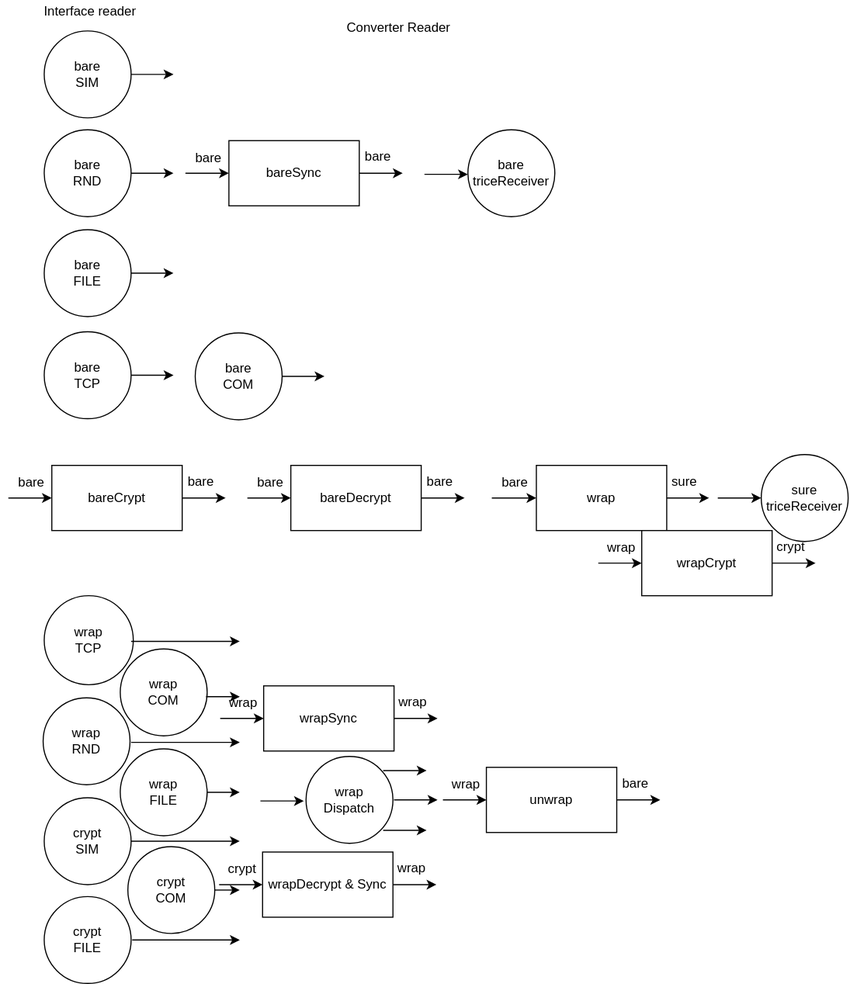
Earlier version of the draw.io export docs/README.media/ReadCloser.svg (rokath/trice). Source tidied: cells renumbered, new cells last; positions are measured from the earlier drawing's top-left corner, leaving out a move shared by most shapes.
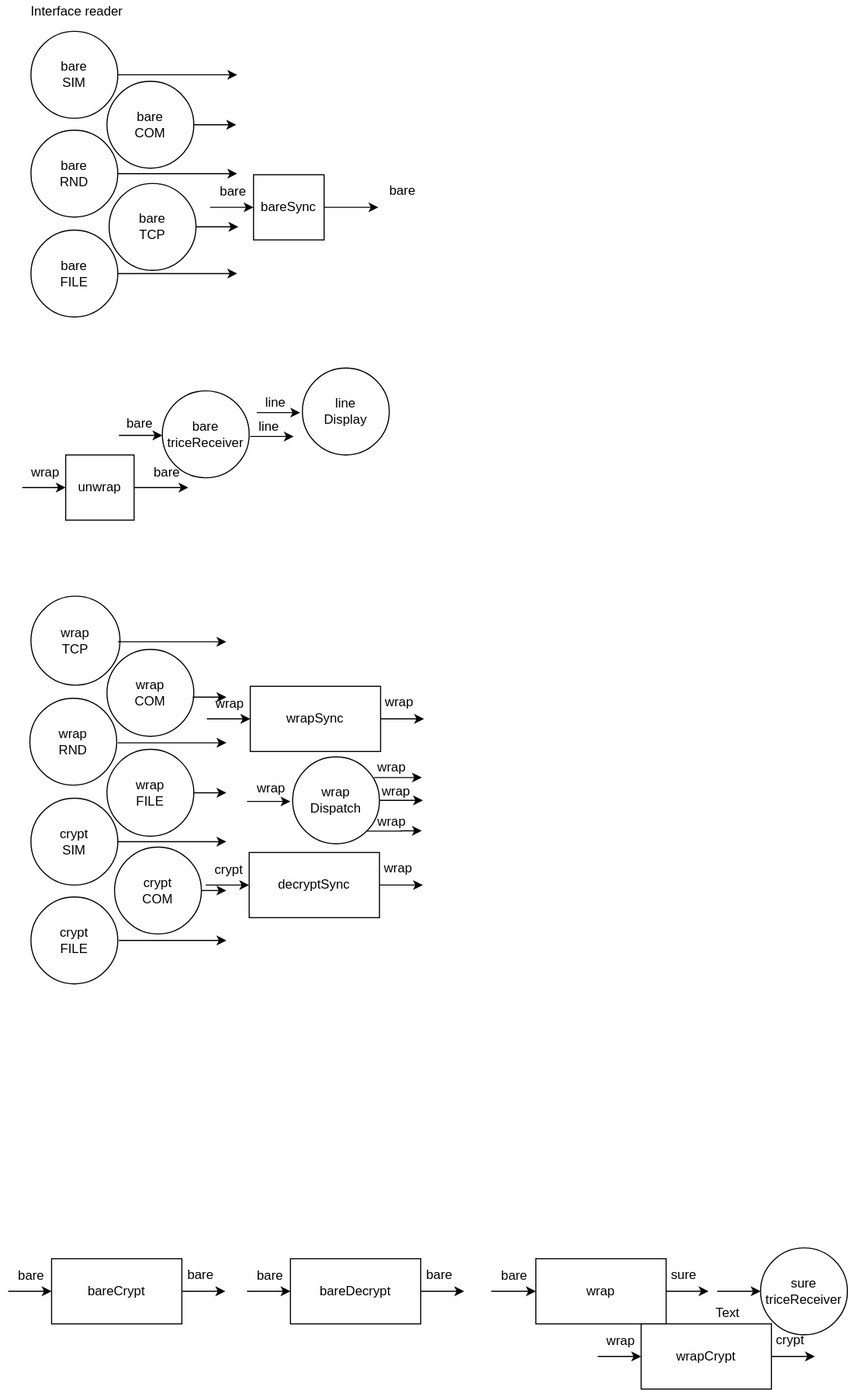
The same file after the commit.

What changed in the source:
```diff
@@ -14,3 +14,3 @@
     <mxCell id="5" value="bare&lt;br&gt;TCP" style="ellipse;whiteSpace=wrap;html=1;" parent="1" vertex="1">
-      <mxGeometry x="33" y="305" width="80" height="80" as="geometry" />
+      <mxGeometry x="105" y="168" width="80" height="80" as="geometry" />
     </mxCell>
@@ -21,3 +21,3 @@
       <mxGeometry relative="1" as="geometry">
-        <mxPoint x="363" y="159" as="targetPoint" />
+        <mxPoint x="353" y="190" as="targetPoint" />
       </mxGeometry>
@@ -25,9 +25,9 @@
     <mxCell id="8" value="bareSync" style="rounded=0;whiteSpace=wrap;html=1;" parent="1" vertex="1">
-      <mxGeometry x="203" y="129" width="120" height="60" as="geometry" />
+      <mxGeometry x="238" y="160" width="65" height="60" as="geometry" />
     </mxCell>
     <mxCell id="9" value="bare" style="text;html=1;align=center;verticalAlign=middle;" parent="1" vertex="1">
-      <mxGeometry x="320" y="134" width="40" height="20" as="geometry" />
+      <mxGeometry x="355" y="165" width="40" height="20" as="geometry" />
     </mxCell>
     <mxCell id="10" value="bare" style="text;html=1;align=center;verticalAlign=middle;" parent="1" vertex="1">
-      <mxGeometry x="164" y="135" width="40" height="20" as="geometry" />
+      <mxGeometry x="199" y="166" width="40" height="20" as="geometry" />
     </mxCell>
@@ -35,3 +35,3 @@
       <mxGeometry relative="1" as="geometry">
-        <mxPoint x="163" y="159" as="sourcePoint" />
+        <mxPoint x="198" y="190" as="sourcePoint" />
       </mxGeometry>
@@ -59,3 +59,3 @@
       <mxGeometry relative="1" as="geometry">
-        <mxPoint x="600" y="736" as="targetPoint" />
+        <mxPoint x="178" y="448" as="targetPoint" />
       </mxGeometry>
@@ -63,9 +63,9 @@
     <mxCell id="18" value="unwrap" style="rounded=0;whiteSpace=wrap;html=1;" parent="1" vertex="1">
-      <mxGeometry x="440" y="706" width="120" height="60" as="geometry" />
+      <mxGeometry x="65" y="418" width="63" height="60" as="geometry" />
     </mxCell>
     <mxCell id="19" value="bare" style="text;html=1;align=center;verticalAlign=middle;" parent="1" vertex="1">
-      <mxGeometry x="557" y="711" width="40" height="20" as="geometry" />
+      <mxGeometry x="138" y="424" width="40" height="20" as="geometry" />
     </mxCell>
     <mxCell id="20" value="wrap" style="text;html=1;align=center;verticalAlign=middle;" parent="1" vertex="1">
-      <mxGeometry x="401" y="712" width="40" height="20" as="geometry" />
+      <mxGeometry x="26" y="424" width="40" height="20" as="geometry" />
     </mxCell>
@@ -73,62 +73,5 @@
       <mxGeometry relative="1" as="geometry">
-        <mxPoint x="400" y="736" as="sourcePoint" />
+        <mxPoint x="25" y="448" as="sourcePoint" />
       </mxGeometry>
     </mxCell>
-    <mxCell id="22" style="edgeStyle=orthogonalEdgeStyle;rounded=0;jettySize=auto;html=1;exitX=1;exitY=0.5;exitDx=0;exitDy=0;" parent="1" edge="1" source="23">
-      <mxGeometry relative="1" as="geometry">
-        <mxPoint x="645" y="458" as="targetPoint" />
-      </mxGeometry>
-    </mxCell>
-    <mxCell id="23" value="wrap" style="rounded=0;whiteSpace=wrap;html=1;" parent="1" vertex="1">
-      <mxGeometry x="486" y="428" width="120" height="60" as="geometry" />
-    </mxCell>
-    <mxCell id="24" value="sure" style="text;html=1;align=center;verticalAlign=middle;" parent="1" vertex="1">
-      <mxGeometry x="602" y="433" width="40" height="20" as="geometry" />
-    </mxCell>
-    <mxCell id="25" value="bare" style="text;html=1;align=center;verticalAlign=middle;" parent="1" vertex="1">
-      <mxGeometry x="446" y="434" width="40" height="20" as="geometry" />
-    </mxCell>
-    <mxCell id="26" style="edgeStyle=orthogonalEdgeStyle;rounded=0;jettySize=auto;html=1;entryX=0;entryY=0.5;entryDx=0;entryDy=0;" parent="1" edge="1" target="23">
-      <mxGeometry relative="1" as="geometry">
-        <mxPoint x="445" y="458" as="sourcePoint" />
-      </mxGeometry>
-    </mxCell>
-    <mxCell id="27" style="edgeStyle=orthogonalEdgeStyle;rounded=0;jettySize=auto;html=1;exitX=1;exitY=0.5;exitDx=0;exitDy=0;" parent="1" edge="1" source="28">
-      <mxGeometry relative="1" as="geometry">
-        <mxPoint x="200" y="458" as="targetPoint" />
-      </mxGeometry>
-    </mxCell>
-    <mxCell id="28" value="bareCrypt" style="rounded=0;whiteSpace=wrap;html=1;" parent="1" vertex="1">
-      <mxGeometry x="40" y="428" width="120" height="60" as="geometry" />
-    </mxCell>
-    <mxCell id="29" value="bare" style="text;html=1;align=center;verticalAlign=middle;" parent="1" vertex="1">
-      <mxGeometry x="157" y="433" width="40" height="20" as="geometry" />
-    </mxCell>
-    <mxCell id="30" value="bare" style="text;html=1;align=center;verticalAlign=middle;" parent="1" vertex="1">
-      <mxGeometry x="1" y="434" width="40" height="20" as="geometry" />
-    </mxCell>
-    <mxCell id="31" style="edgeStyle=orthogonalEdgeStyle;rounded=0;jettySize=auto;html=1;entryX=0;entryY=0.5;entryDx=0;entryDy=0;" parent="1" edge="1" target="28">
-      <mxGeometry relative="1" as="geometry">
-        <mxPoint y="458" as="sourcePoint" />
-      </mxGeometry>
-    </mxCell>
-    <mxCell id="32" style="edgeStyle=orthogonalEdgeStyle;rounded=0;jettySize=auto;html=1;exitX=1;exitY=0.5;exitDx=0;exitDy=0;" parent="1" edge="1" source="33">
-      <mxGeometry relative="1" as="geometry">
-        <mxPoint x="743" y="518" as="targetPoint" />
-      </mxGeometry>
-    </mxCell>
-    <mxCell id="33" value="wrapCrypt" style="rounded=0;whiteSpace=wrap;html=1;" parent="1" vertex="1">
-      <mxGeometry x="583" y="488" width="120" height="60" as="geometry" />
-    </mxCell>
-    <mxCell id="34" value="crypt" style="text;html=1;align=center;verticalAlign=middle;" parent="1" vertex="1">
-      <mxGeometry x="700" y="493" width="40" height="20" as="geometry" />
-    </mxCell>
-    <mxCell id="35" value="wrap" style="text;html=1;align=center;verticalAlign=middle;" parent="1" vertex="1">
-      <mxGeometry x="544" y="494" width="40" height="20" as="geometry" />
-    </mxCell>
-    <mxCell id="36" style="edgeStyle=orthogonalEdgeStyle;rounded=0;jettySize=auto;html=1;entryX=0;entryY=0.5;entryDx=0;entryDy=0;" parent="1" edge="1" target="33">
-      <mxGeometry relative="1" as="geometry">
-        <mxPoint x="543" y="518" as="sourcePoint" />
-      </mxGeometry>
-    </mxCell>
     <mxCell id="37" style="edgeStyle=orthogonalEdgeStyle;rounded=0;orthogonalLoop=1;jettySize=auto;html=1;exitX=1;exitY=0.5;exitDx=0;exitDy=0;" parent="1" edge="1">
@@ -136,3 +79,3 @@
         <mxPoint x="113" y="159" as="sourcePoint" />
-        <mxPoint x="152" y="159" as="targetPoint" />
+        <mxPoint x="223" y="159" as="targetPoint" />
       </mxGeometry>
@@ -142,3 +85,3 @@
         <mxPoint x="113" y="251" as="sourcePoint" />
-        <mxPoint x="152" y="251" as="targetPoint" />
+        <mxPoint x="223" y="251" as="targetPoint" />
       </mxGeometry>
@@ -147,4 +90,4 @@
       <mxGeometry relative="1" as="geometry">
-        <mxPoint x="113" y="345" as="sourcePoint" />
-        <mxPoint x="152" y="345" as="targetPoint" />
+        <mxPoint x="185" y="208" as="sourcePoint" />
+        <mxPoint x="224" y="208" as="targetPoint" />
       </mxGeometry>
@@ -157,21 +100,2 @@
     </mxCell>
-    <mxCell id="41" style="edgeStyle=orthogonalEdgeStyle;rounded=0;jettySize=auto;html=1;exitX=1;exitY=0.5;exitDx=0;exitDy=0;" parent="1" edge="1" source="42">
-      <mxGeometry relative="1" as="geometry">
-        <mxPoint x="420" y="458" as="targetPoint" />
-      </mxGeometry>
-    </mxCell>
-    <mxCell id="42" value="bareDecrypt" style="rounded=0;whiteSpace=wrap;html=1;" parent="1" vertex="1">
-      <mxGeometry x="260" y="428" width="120" height="60" as="geometry" />
-    </mxCell>
-    <mxCell id="43" value="bare" style="text;html=1;align=center;verticalAlign=middle;" parent="1" vertex="1">
-      <mxGeometry x="377" y="433" width="40" height="20" as="geometry" />
-    </mxCell>
-    <mxCell id="44" value="bare" style="text;html=1;align=center;verticalAlign=middle;" parent="1" vertex="1">
-      <mxGeometry x="221" y="434" width="40" height="20" as="geometry" />
-    </mxCell>
-    <mxCell id="45" style="edgeStyle=orthogonalEdgeStyle;rounded=0;jettySize=auto;html=1;entryX=0;entryY=0.5;entryDx=0;entryDy=0;" parent="1" edge="1" target="42">
-      <mxGeometry relative="1" as="geometry">
-        <mxPoint x="220" y="458" as="sourcePoint" />
-      </mxGeometry>
-    </mxCell>
     <mxCell id="46" style="edgeStyle=orthogonalEdgeStyle;rounded=0;jettySize=auto;html=1;exitX=1;exitY=0.5;exitDx=0;exitDy=0;" parent="1" edge="1" source="47">
@@ -181,3 +105,3 @@
     </mxCell>
-    <mxCell id="47" value="wrapDecrypt &amp;amp; Sync" style="rounded=0;whiteSpace=wrap;html=1;" parent="1" vertex="1">
+    <mxCell id="47" value="decryptSync" style="rounded=0;whiteSpace=wrap;html=1;" parent="1" vertex="1">
       <mxGeometry x="234" y="784" width="120" height="60" as="geometry" />
@@ -198,3 +122,3 @@
         <mxPoint x="113" y="68" as="sourcePoint" />
-        <mxPoint x="152" y="68" as="targetPoint" />
+        <mxPoint x="223" y="68" as="targetPoint" />
         <Array as="points">
@@ -208,7 +132,4 @@
     </mxCell>
-    <mxCell id="53" value="Converter Reader" style="text;html=1;align=center;verticalAlign=middle;" parent="1" vertex="1">
-      <mxGeometry x="304" y="15" width="110" height="20" as="geometry" />
-    </mxCell>
     <mxCell id="54" value="bare triceReceiver" style="ellipse;whiteSpace=wrap;html=1;" parent="1" vertex="1">
-      <mxGeometry x="423" y="119" width="80" height="80" as="geometry" />
+      <mxGeometry x="154" y="359" width="80" height="80" as="geometry" />
     </mxCell>
@@ -216,15 +137,6 @@
       <mxGeometry relative="1" as="geometry">
-        <mxPoint x="383" y="160" as="sourcePoint" />
-        <mxPoint x="423" y="160" as="targetPoint" />
+        <mxPoint x="114" y="400" as="sourcePoint" />
+        <mxPoint x="154" y="400" as="targetPoint" />
       </mxGeometry>
     </mxCell>
-    <mxCell id="56" value="sure triceReceiver" style="ellipse;whiteSpace=wrap;html=1;" parent="1" vertex="1">
-      <mxGeometry x="693" y="418" width="80" height="80" as="geometry" />
-    </mxCell>
-    <mxCell id="57" style="edgeStyle=orthogonalEdgeStyle;rounded=0;orthogonalLoop=1;jettySize=auto;html=1;entryX=0;entryY=0.5;entryDx=0;entryDy=0;" parent="1" edge="1">
-      <mxGeometry relative="1" as="geometry">
-        <mxPoint x="653" y="458" as="sourcePoint" />
-        <mxPoint x="693" y="458" as="targetPoint" />
-      </mxGeometry>
-    </mxCell>
     <mxCell id="58" value="wrap&lt;br&gt;Dispatch" style="ellipse;whiteSpace=wrap;html=1;" parent="1" vertex="1">
@@ -271,7 +183,6 @@
       <mxGeometry relative="1" as="geometry">
-        <mxPoint x="345" y="709" as="sourcePoint" />
-        <mxPoint x="385" y="709" as="targetPoint" />
+        <mxPoint x="361" y="715" as="sourcePoint" />
+        <mxPoint x="393" y="715" as="targetPoint" />
         <Array as="points">
-          <mxPoint x="365" y="709" />
-          <mxPoint x="365" y="709" />
+          <mxPoint x="349" y="715" />
         </Array>
@@ -279,12 +190,11 @@
     </mxCell>
-    <mxCell id="67" style="edgeStyle=orthogonalEdgeStyle;rounded=0;orthogonalLoop=1;jettySize=auto;html=1;entryX=0;entryY=0.5;entryDx=0;entryDy=0;" parent="1" edge="1">
+    <mxCell id="67" style="edgeStyle=orthogonalEdgeStyle;rounded=0;orthogonalLoop=1;jettySize=auto;html=1;" parent="1" edge="1">
       <mxGeometry relative="1" as="geometry">
-        <mxPoint x="355" y="736" as="sourcePoint" />
-        <mxPoint x="395" y="736" as="targetPoint" />
+        <mxPoint x="354" y="736" as="sourcePoint" />
+        <mxPoint x="394" y="736" as="targetPoint" />
       </mxGeometry>
     </mxCell>
-    <mxCell id="68" style="edgeStyle=orthogonalEdgeStyle;rounded=0;orthogonalLoop=1;jettySize=auto;html=1;entryX=0;entryY=0.5;entryDx=0;entryDy=0;" parent="1" edge="1">
+    <mxCell id="68" style="edgeStyle=orthogonalEdgeStyle;rounded=0;jettySize=auto;html=1;exitX=1;exitY=1;exitDx=0;exitDy=0;" parent="1" edge="1" source="58">
       <mxGeometry relative="1" as="geometry">
-        <mxPoint x="345" y="764" as="sourcePoint" />
-        <mxPoint x="385" y="764" as="targetPoint" />
+        <mxPoint x="393" y="764" as="targetPoint" />
       </mxGeometry>
@@ -313,3 +223,3 @@
     <mxCell id="74" value="bare&lt;br&gt;COM" style="ellipse;whiteSpace=wrap;html=1;" parent="1" vertex="1">
-      <mxGeometry x="172" y="306" width="80" height="80" as="geometry" />
+      <mxGeometry x="103" y="74" width="80" height="80" as="geometry" />
     </mxCell>
@@ -317,4 +227,4 @@
       <mxGeometry relative="1" as="geometry">
-        <mxPoint x="252" y="346" as="sourcePoint" />
-        <mxPoint x="291" y="346" as="targetPoint" />
+        <mxPoint x="183" y="114" as="sourcePoint" />
+        <mxPoint x="222" y="114" as="targetPoint" />
       </mxGeometry>
@@ -327,2 +237,126 @@
     </mxCell>
+    <mxCell id="77" value="line&lt;br&gt;Display" style="ellipse;whiteSpace=wrap;html=1;" parent="1" vertex="1">
+      <mxGeometry x="283" y="338" width="80" height="80" as="geometry" />
+    </mxCell>
+    <mxCell id="78" style="edgeStyle=orthogonalEdgeStyle;rounded=0;orthogonalLoop=1;jettySize=auto;html=1;entryX=0;entryY=0.5;entryDx=0;entryDy=0;" parent="1" edge="1">
+      <mxGeometry relative="1" as="geometry">
+        <mxPoint x="235" y="401" as="sourcePoint" />
+        <mxPoint x="275" y="401" as="targetPoint" />
+      </mxGeometry>
+    </mxCell>
+    <mxCell id="79" value="line" style="text;html=1;align=center;verticalAlign=middle;" parent="1" vertex="1">
+      <mxGeometry x="237" y="382" width="30" height="20" as="geometry" />
+    </mxCell>
+    <mxCell id="80" style="edgeStyle=orthogonalEdgeStyle;rounded=0;jettySize=auto;html=1;exitX=1;exitY=0.5;exitDx=0;exitDy=0;" parent="1" edge="1" source="23">
+      <mxGeometry relative="1" as="geometry">
+        <mxPoint x="657" y="1188" as="targetPoint" />
+      </mxGeometry>
+    </mxCell>
+    <mxCell id="23" value="wrap" style="rounded=0;whiteSpace=wrap;html=1;" parent="1" vertex="1">
+      <mxGeometry x="498" y="1158" width="120" height="60" as="geometry" />
+    </mxCell>
+    <mxCell id="24" value="sure" style="text;html=1;align=center;verticalAlign=middle;" parent="1" vertex="1">
+      <mxGeometry x="614" y="1163" width="40" height="20" as="geometry" />
+    </mxCell>
+    <mxCell id="81" value="bare" style="text;html=1;align=center;verticalAlign=middle;" parent="1" vertex="1">
+      <mxGeometry x="458" y="1164" width="40" height="20" as="geometry" />
+    </mxCell>
+    <mxCell id="82" style="edgeStyle=orthogonalEdgeStyle;rounded=0;jettySize=auto;html=1;entryX=0;entryY=0.5;entryDx=0;entryDy=0;" parent="1" edge="1" target="23">
+      <mxGeometry relative="1" as="geometry">
+        <mxPoint x="457" y="1188" as="sourcePoint" />
+      </mxGeometry>
+    </mxCell>
+    <mxCell id="83" style="edgeStyle=orthogonalEdgeStyle;rounded=0;jettySize=auto;html=1;exitX=1;exitY=0.5;exitDx=0;exitDy=0;" parent="1" edge="1" source="28">
+      <mxGeometry relative="1" as="geometry">
+        <mxPoint x="212" y="1188" as="targetPoint" />
+      </mxGeometry>
+    </mxCell>
+    <mxCell id="28" value="bareCrypt" style="rounded=0;whiteSpace=wrap;html=1;" parent="1" vertex="1">
+      <mxGeometry x="52" y="1158" width="120" height="60" as="geometry" />
+    </mxCell>
+    <mxCell id="84" value="bare" style="text;html=1;align=center;verticalAlign=middle;" parent="1" vertex="1">
+      <mxGeometry x="169" y="1163" width="40" height="20" as="geometry" />
+    </mxCell>
+    <mxCell id="85" value="bare" style="text;html=1;align=center;verticalAlign=middle;" parent="1" vertex="1">
+      <mxGeometry x="13" y="1164" width="40" height="20" as="geometry" />
+    </mxCell>
+    <mxCell id="86" style="edgeStyle=orthogonalEdgeStyle;rounded=0;jettySize=auto;html=1;entryX=0;entryY=0.5;entryDx=0;entryDy=0;" parent="1" edge="1" target="28">
+      <mxGeometry relative="1" as="geometry">
+        <mxPoint x="12" y="1188" as="sourcePoint" />
+      </mxGeometry>
+    </mxCell>
+    <mxCell id="87" style="edgeStyle=orthogonalEdgeStyle;rounded=0;jettySize=auto;html=1;exitX=1;exitY=0.5;exitDx=0;exitDy=0;" parent="1" edge="1" source="33">
+      <mxGeometry relative="1" as="geometry">
+        <mxPoint x="755" y="1248" as="targetPoint" />
+      </mxGeometry>
+    </mxCell>
+    <mxCell id="33" value="wrapCrypt" style="rounded=0;whiteSpace=wrap;html=1;" parent="1" vertex="1">
+      <mxGeometry x="595" y="1218" width="120" height="60" as="geometry" />
+    </mxCell>
+    <mxCell id="34" value="crypt" style="text;html=1;align=center;verticalAlign=middle;" parent="1" vertex="1">
+      <mxGeometry x="712" y="1223" width="40" height="20" as="geometry" />
+    </mxCell>
+    <mxCell id="88" value="wrap" style="text;html=1;align=center;verticalAlign=middle;" parent="1" vertex="1">
+      <mxGeometry x="556" y="1224" width="40" height="20" as="geometry" />
+    </mxCell>
+    <mxCell id="89" style="edgeStyle=orthogonalEdgeStyle;rounded=0;jettySize=auto;html=1;entryX=0;entryY=0.5;entryDx=0;entryDy=0;" parent="1" edge="1" target="33">
+      <mxGeometry relative="1" as="geometry">
+        <mxPoint x="555" y="1248" as="sourcePoint" />
+      </mxGeometry>
+    </mxCell>
+    <mxCell id="90" style="edgeStyle=orthogonalEdgeStyle;rounded=0;jettySize=auto;html=1;exitX=1;exitY=0.5;exitDx=0;exitDy=0;" parent="1" edge="1" source="42">
+      <mxGeometry relative="1" as="geometry">
+        <mxPoint x="432" y="1188" as="targetPoint" />
+      </mxGeometry>
+    </mxCell>
+    <mxCell id="42" value="bareDecrypt" style="rounded=0;whiteSpace=wrap;html=1;" parent="1" vertex="1">
+      <mxGeometry x="272" y="1158" width="120" height="60" as="geometry" />
+    </mxCell>
+    <mxCell id="91" value="bare" style="text;html=1;align=center;verticalAlign=middle;" parent="1" vertex="1">
+      <mxGeometry x="389" y="1163" width="40" height="20" as="geometry" />
+    </mxCell>
+    <mxCell id="92" value="bare" style="text;html=1;align=center;verticalAlign=middle;" parent="1" vertex="1">
+      <mxGeometry x="233" y="1164" width="40" height="20" as="geometry" />
+    </mxCell>
+    <mxCell id="93" style="edgeStyle=orthogonalEdgeStyle;rounded=0;jettySize=auto;html=1;entryX=0;entryY=0.5;entryDx=0;entryDy=0;" parent="1" edge="1" target="42">
+      <mxGeometry relative="1" as="geometry">
+        <mxPoint x="232" y="1188" as="sourcePoint" />
+      </mxGeometry>
+    </mxCell>
+    <mxCell id="56" value="sure triceReceiver" style="ellipse;whiteSpace=wrap;html=1;" parent="1" vertex="1">
+      <mxGeometry x="705" y="1148" width="80" height="80" as="geometry" />
+    </mxCell>
+    <mxCell id="94" style="edgeStyle=orthogonalEdgeStyle;rounded=0;orthogonalLoop=1;jettySize=auto;html=1;entryX=0;entryY=0.5;entryDx=0;entryDy=0;" parent="1" edge="1">
+      <mxGeometry relative="1" as="geometry">
+        <mxPoint x="665" y="1188" as="sourcePoint" />
+        <mxPoint x="705" y="1188" as="targetPoint" />
+      </mxGeometry>
+    </mxCell>
+    <mxCell id="95" value="Text" style="text;html=1;strokeColor=none;fillColor=none;align=center;verticalAlign=middle;whiteSpace=wrap;rounded=0;" parent="1" vertex="1">
+      <mxGeometry x="655" y="1198" width="40" height="20" as="geometry" />
+    </mxCell>
+    <mxCell id="96" value="bare" style="text;html=1;align=center;verticalAlign=middle;" parent="1" vertex="1">
+      <mxGeometry x="113" y="379" width="40" height="20" as="geometry" />
+    </mxCell>
+    <mxCell id="97" style="edgeStyle=orthogonalEdgeStyle;rounded=0;orthogonalLoop=1;jettySize=auto;html=1;entryX=0;entryY=0.5;entryDx=0;entryDy=0;" parent="1" edge="1">
+      <mxGeometry relative="1" as="geometry">
+        <mxPoint x="241" y="379" as="sourcePoint" />
+        <mxPoint x="281" y="379" as="targetPoint" />
+      </mxGeometry>
+    </mxCell>
+    <mxCell id="98" value="line" style="text;html=1;align=center;verticalAlign=middle;" parent="1" vertex="1">
+      <mxGeometry x="243" y="360" width="30" height="20" as="geometry" />
+    </mxCell>
+    <mxCell id="99" value="wrap" style="text;html=1;align=center;verticalAlign=middle;" parent="1" vertex="1">
+      <mxGeometry x="345" y="696" width="40" height="20" as="geometry" />
+    </mxCell>
+    <mxCell id="100" value="wrap" style="text;html=1;align=center;verticalAlign=middle;" parent="1" vertex="1">
+      <mxGeometry x="349" y="718" width="40" height="20" as="geometry" />
+    </mxCell>
+    <mxCell id="101" value="wrap" style="text;html=1;align=center;verticalAlign=middle;" parent="1" vertex="1">
+      <mxGeometry x="345" y="746" width="40" height="20" as="geometry" />
+    </mxCell>
+    <mxCell id="102" value="wrap" style="text;html=1;align=center;verticalAlign=middle;" parent="1" vertex="1">
+      <mxGeometry x="234" y="715" width="40" height="20" as="geometry" />
+    </mxCell>
   </root>
```
